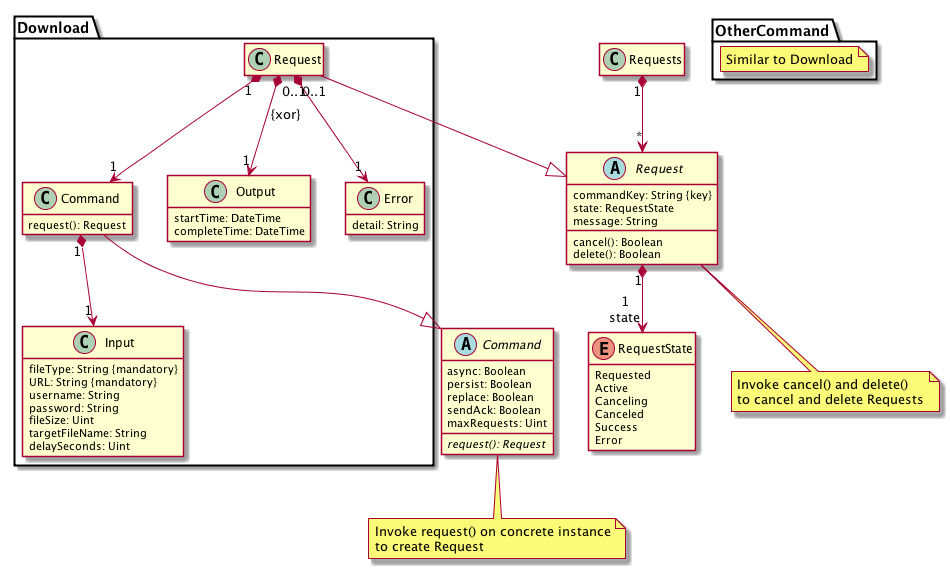
Above: dmtypes/command.png in BroadbandForum/usp (PlantUML), before the change.
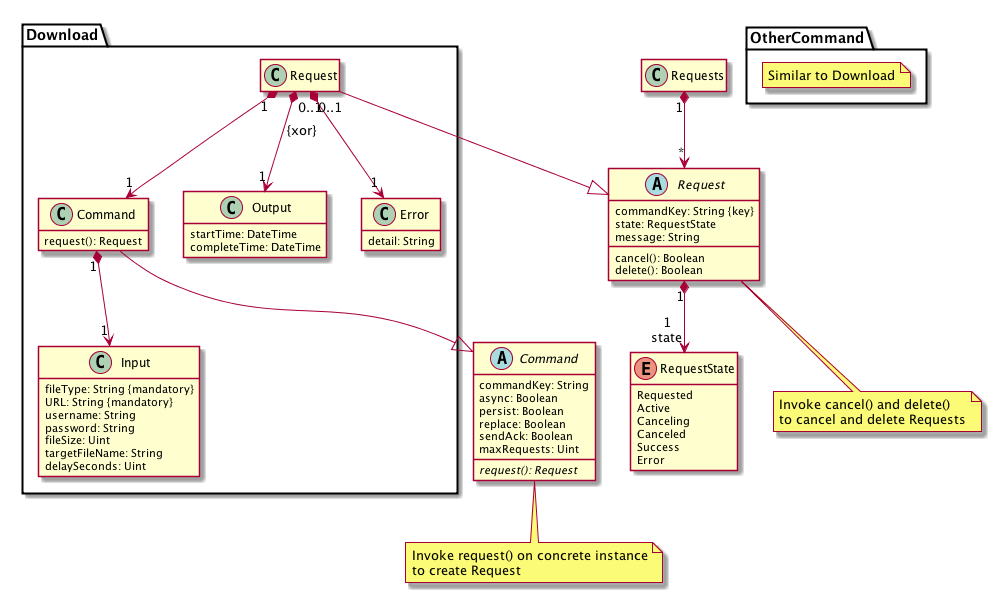
After the commit.

Commit message:
Add commandKey to Command, i.e. it's Controller-specified

What changed in the source:
```diff
@@ -6,6 +6,7 @@
 
 
 abstract class Command {
+  commandKey: String
   async: Boolean
   persist: Boolean
   replace: Boolean
```
